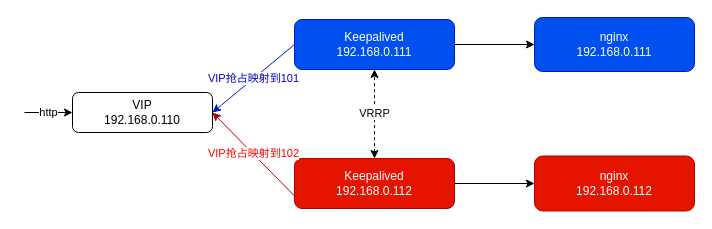
linlin8/linlin8.github.io keeps this draw.io diagram as nginx.drawio. Above is the earlier version. Source tidied: cells renumbered, new cells numbered last; positions are measured from the earlier drawing's top-left corner, leaving out a move shared by most shapes. Both pictures are drawn from the tidied source at 100%, with x=0, y=0 at pixel (24, 17).
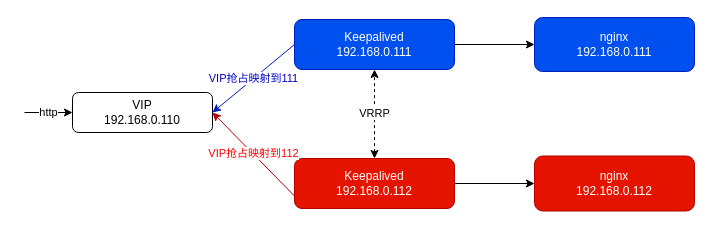
The same page after the edit.

The edit, as a diff of the source:
```diff
@@
 <mxGraphModel>
   <root>
     <mxCell id="0" />
     <mxCell id="1" parent="0" />
     <mxCell id="2" style="edgeStyle=orthogonalEdgeStyle;rounded=0;jettySize=auto;html=1;" parent="1" edge="1" source="3" target="11">
       <mxGeometry relative="1" as="geometry" />
     </mxCell>
     <mxCell id="3" value="Keepalived&lt;br&gt;192.168.0.111" style="rounded=1;whiteSpace=wrap;html=1;fillColor=#0050ef;strokeColor=#001DBC;fontColor=#ffffff;" parent="1" vertex="1">
       <mxGeometry x="270" y="2" width="160" height="50" as="geometry" />
     </mxCell>
     <mxCell id="4" value="VRRP" style="edgeStyle=orthogonalEdgeStyle;rounded=0;jettySize=auto;html=1;startArrow=classic;startFill=1;dashed=1;" parent="1" edge="1" source="6" target="3">
       <mxGeometry relative="1" as="geometry" />
     </mxCell>
     <mxCell id="5" style="edgeStyle=orthogonalEdgeStyle;rounded=0;jettySize=auto;html=1;" parent="1" edge="1" source="6" target="12">
       <mxGeometry relative="1" as="geometry" />
     </mxCell>
     <mxCell id="6" value="Keepalived&lt;br&gt;192.168.0.112" style="rounded=1;whiteSpace=wrap;html=1;fillColor=#e51400;strokeColor=#B20000;fontColor=#ffffff;" parent="1" vertex="1">
       <mxGeometry x="270" y="141" width="160" height="50" as="geometry" />
     </mxCell>
     <mxCell id="7" value="VIP&lt;br&gt;192.168.0.110" style="rounded=1;whiteSpace=wrap;html=1;" parent="1" vertex="1">
       <mxGeometry x="48" y="75" width="140" height="40" as="geometry" />
     </mxCell>
-    <mxCell id="8" value="VIP抢占映射到102" style="endArrow=classic;html=1;exitX=0;exitY=0.75;exitDx=0;exitDy=0;entryX=1;entryY=0.5;entryDx=0;entryDy=0;fillColor=#e51400;strokeColor=#B20000;fontColor=#FF0000;" parent="1" edge="1" source="6" target="7">
+    <mxCell id="8" value="VIP抢占映射到112" style="endArrow=classic;html=1;exitX=0;exitY=0.75;exitDx=0;exitDy=0;entryX=1;entryY=0.5;entryDx=0;entryDy=0;fillColor=#e51400;strokeColor=#B20000;fontColor=#FF0000;" parent="1" edge="1" source="6" target="7">
       <mxGeometry relative="1" as="geometry" />
     </mxCell>
-    <mxCell id="9" value="VIP抢占映射到101" style="endArrow=classic;html=1;exitX=0;exitY=0.5;exitDx=0;exitDy=0;entryX=1;entryY=0.5;entryDx=0;entryDy=0;fillColor=#0050ef;strokeColor=#001DBC;fontColor=#0000CC;" parent="1" edge="1" source="3" target="7">
+    <mxCell id="9" value="VIP抢占映射到111" style="endArrow=classic;html=1;exitX=0;exitY=0.5;exitDx=0;exitDy=0;entryX=1;entryY=0.5;entryDx=0;entryDy=0;fillColor=#0050ef;strokeColor=#001DBC;fontColor=#0000CC;" parent="1" edge="1" source="3" target="7">
       <mxGeometry relative="1" as="geometry" />
     </mxCell>
     <mxCell id="10" value="http" style="endArrow=classic;html=1;entryX=0;entryY=0.5;entryDx=0;entryDy=0;" parent="1" edge="1">
       <mxGeometry relative="1" as="geometry">
         <mxPoint y="95" as="sourcePoint" />
         <mxPoint x="48" y="95" as="targetPoint" />
       </mxGeometry>
     </mxCell>
     <mxCell id="11" value="&lt;span style=&quot;color: rgb(255 , 255 , 255)&quot;&gt;nginx&lt;/span&gt;&lt;br style=&quot;color: rgb(255 , 255 , 255)&quot;&gt;&lt;span style=&quot;color: rgb(255 , 255 , 255)&quot;&gt;192.168.0.111&lt;/span&gt;" style="rounded=1;whiteSpace=wrap;html=1;fillColor=#0050ef;strokeColor=#001DBC;fontColor=#ffffff;" parent="1" vertex="1">
       <mxGeometry x="510" width="160" height="54" as="geometry" />
     </mxCell>
     <mxCell id="12" value="&lt;span&gt;nginx&lt;/span&gt;&lt;br&gt;&lt;span&gt;192.168.0.112&lt;/span&gt;" style="rounded=1;whiteSpace=wrap;html=1;fillColor=#e51400;strokeColor=#B20000;fontColor=#ffffff;" parent="1" vertex="1">
       <mxGeometry x="510" y="138.5" width="160" height="55" as="geometry" />
     </mxCell>
   </root>
 </mxGraphModel>
```
